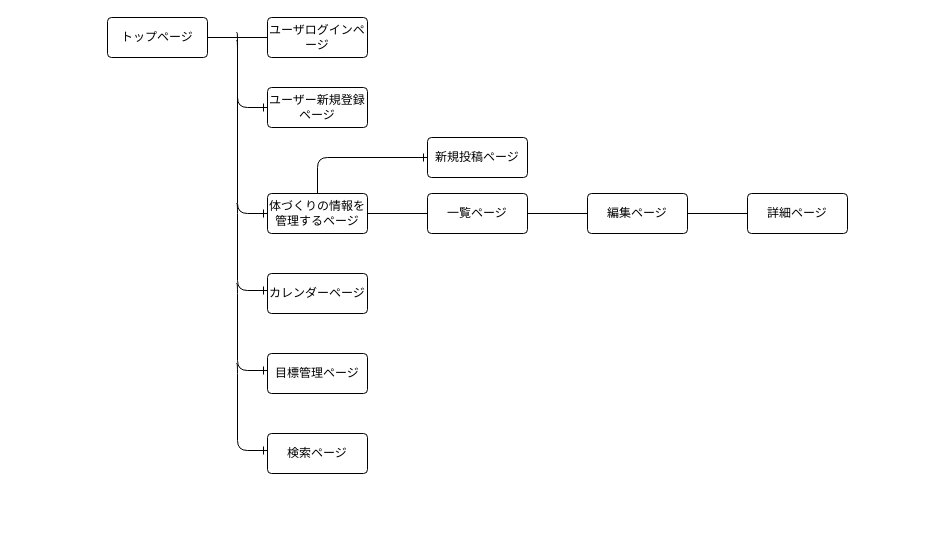
Katsu1001/will-fitness keeps this draw.io diagram as page "ページ3" (3 of 3) of will.dio. Above is the earlier version. Source tidied: cells renumbered, new cells numbered last; positions are measured from the earlier drawing's top-left corner, leaving out a move shared by most shapes. Both pictures are drawn from the tidied source at 100%, with x=0, y=0 at pixel (107, 17).
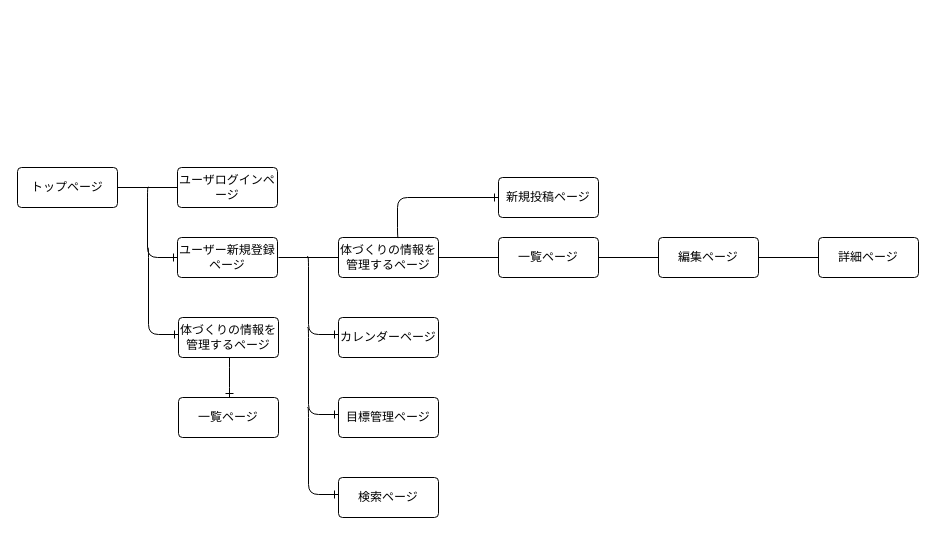
The same page after the edit.

The edit, as a diff of the source:
```diff
@@
+    <mxCell id="23" style="group;" parent="1" vertex="1">
+      <mxGeometry x="-90" y="150" width="901" height="350" as="geometry" />
+    </mxCell>
-    <mxCell id="2" value="トップページ" style="rounded=1;arcSize=10;whiteSpace=wrap;html=1;align=center;" parent="1" vertex="1">
+    <mxCell id="2" value="トップページ" style="rounded=1;arcSize=10;whiteSpace=wrap;html=1;align=center;" parent="23" vertex="1">
       <mxGeometry width="100" height="40" as="geometry" />
     </mxCell>
-    <mxCell id="3" style="line;strokeWidth=1;dashed=0;labelPosition=right;align=left;verticalAlign=middle;spacingTop=0;spacingLeft=6;points=[];portConstraint=eastwest;" parent="1" vertex="1">
+    <mxCell id="3" style="line;strokeWidth=1;dashed=0;labelPosition=right;align=left;verticalAlign=middle;spacingTop=0;spacingLeft=6;points=[];portConstraint=eastwest;" parent="23" vertex="1">
       <mxGeometry x="100" y="15" width="60" height="10" as="geometry" />
     </mxCell>
-    <mxCell id="4" value="体づくりの情報を管理するページ" style="rounded=1;arcSize=10;whiteSpace=wrap;html=1;align=center;" parent="1" vertex="1">
-      <mxGeometry x="160" y="176" width="100" height="40" as="geometry" />
+    <mxCell id="4" value="体づくりの情報を管理するページ" style="rounded=1;arcSize=10;whiteSpace=wrap;html=1;align=center;" parent="23" vertex="1">
+      <mxGeometry x="321" y="70" width="100" height="40" as="geometry" />
     </mxCell>
-    <mxCell id="5" value="一覧ページ" style="rounded=1;arcSize=10;whiteSpace=wrap;html=1;align=center;" parent="1" vertex="1">
-      <mxGeometry x="320" y="176" width="100" height="40" as="geometry" />
+    <mxCell id="5" value="一覧ページ" style="rounded=1;arcSize=10;whiteSpace=wrap;html=1;align=center;" parent="23" vertex="1">
+      <mxGeometry x="481" y="70" width="100" height="40" as="geometry" />
     </mxCell>
-    <mxCell id="6" value="詳細ページ" style="rounded=1;arcSize=10;whiteSpace=wrap;html=1;align=center;" parent="1" vertex="1">
-      <mxGeometry x="640" y="176" width="100" height="40" as="geometry" />
+    <mxCell id="6" value="詳細ページ" style="rounded=1;arcSize=10;whiteSpace=wrap;html=1;align=center;" parent="23" vertex="1">
+      <mxGeometry x="801" y="70" width="100" height="40" as="geometry" />
     </mxCell>
-    <mxCell id="7" value="新規投稿ページ" style="rounded=1;arcSize=10;whiteSpace=wrap;html=1;align=center;" parent="1" vertex="1">
-      <mxGeometry x="320" y="120" width="100" height="40" as="geometry" />
+    <mxCell id="7" value="新規投稿ページ" style="rounded=1;arcSize=10;whiteSpace=wrap;html=1;align=center;" parent="23" vertex="1">
+      <mxGeometry x="481" y="10" width="100" height="40" as="geometry" />
     </mxCell>
-    <mxCell id="8" value="編集ページ" style="rounded=1;arcSize=10;whiteSpace=wrap;html=1;align=center;" parent="1" vertex="1">
-      <mxGeometry x="480" y="176" width="100" height="40" as="geometry" />
+    <mxCell id="8" value="編集ページ" style="rounded=1;arcSize=10;whiteSpace=wrap;html=1;align=center;" parent="23" vertex="1">
+      <mxGeometry x="641" y="70" width="100" height="40" as="geometry" />
     </mxCell>
-    <mxCell id="9" value="カレンダーページ" style="rounded=1;arcSize=10;whiteSpace=wrap;html=1;align=center;" parent="1" vertex="1">
-      <mxGeometry x="160" y="256" width="100" height="40" as="geometry" />
+    <mxCell id="9" value="カレンダーページ" style="rounded=1;arcSize=10;whiteSpace=wrap;html=1;align=center;" parent="23" vertex="1">
+      <mxGeometry x="321" y="150" width="100" height="40" as="geometry" />
     </mxCell>
-    <mxCell id="10" value="目標管理ページ" style="rounded=1;arcSize=10;whiteSpace=wrap;html=1;align=center;" parent="1" vertex="1">
-      <mxGeometry x="160" y="336" width="100" height="40" as="geometry" />
+    <mxCell id="10" value="目標管理ページ" style="rounded=1;arcSize=10;whiteSpace=wrap;html=1;align=center;" parent="23" vertex="1">
+      <mxGeometry x="321" y="230" width="100" height="40" as="geometry" />
     </mxCell>
-    <mxCell id="11" value="検索ページ" style="rounded=1;arcSize=10;whiteSpace=wrap;html=1;align=center;" parent="1" vertex="1">
-      <mxGeometry x="160" y="416" width="100" height="40" as="geometry" />
+    <mxCell id="11" value="検索ページ" style="rounded=1;arcSize=10;whiteSpace=wrap;html=1;align=center;" parent="23" vertex="1">
+      <mxGeometry x="321" y="310" width="100" height="40" as="geometry" />
     </mxCell>
-    <mxCell id="12" style="line;strokeWidth=1;dashed=0;labelPosition=right;align=left;verticalAlign=middle;spacingTop=0;spacingLeft=6;" parent="1" vertex="1">
-      <mxGeometry x="260" y="191" width="60" height="10" as="geometry" />
+    <mxCell id="12" style="line;strokeWidth=1;dashed=0;labelPosition=right;align=left;verticalAlign=middle;spacingTop=0;spacingLeft=6;" parent="23" vertex="1">
+      <mxGeometry x="421" y="85" width="60" height="10" as="geometry" />
     </mxCell>
-    <mxCell id="13" style="line;strokeWidth=1;dashed=0;labelPosition=right;align=left;verticalAlign=middle;spacingTop=0;spacingLeft=6;" parent="1" vertex="1">
-      <mxGeometry x="420" y="191" width="60" height="10" as="geometry" />
+    <mxCell id="13" style="line;strokeWidth=1;dashed=0;labelPosition=right;align=left;verticalAlign=middle;spacingTop=0;spacingLeft=6;" parent="23" vertex="1">
+      <mxGeometry x="581" y="85" width="60" height="10" as="geometry" />
     </mxCell>
-    <mxCell id="14" style="line;strokeWidth=1;dashed=0;labelPosition=right;align=left;verticalAlign=middle;spacingTop=0;spacingLeft=6;" parent="1" vertex="1">
-      <mxGeometry x="580" y="191" width="60" height="10" as="geometry" />
+    <mxCell id="14" style="line;strokeWidth=1;dashed=0;labelPosition=right;align=left;verticalAlign=middle;spacingTop=0;spacingLeft=6;" parent="23" vertex="1">
+      <mxGeometry x="741" y="85" width="60" height="10" as="geometry" />
     </mxCell>
-    <mxCell id="15" style="edgeStyle=elbowEdgeStyle;fontSize=12;html=1;endArrow=ERone;endFill=1;exitX=0.483;exitY=0.8;exitDx=0;exitDy=0;exitPerimeter=0;entryX=0;entryY=0.5;entryDx=0;entryDy=0;" parent="1" edge="1" source="3" target="4">
-      <mxGeometry relative="1" as="geometry">
-        <Array as="points">
-          <mxPoint x="130" y="114" />
-          <mxPoint x="130" y="110" />
-        </Array>
-      </mxGeometry>
-    </mxCell>
-    <mxCell id="16" style="edgeStyle=elbowEdgeStyle;fontSize=12;html=1;endArrow=ERone;endFill=1;exitX=0.483;exitY=0.8;exitDx=0;exitDy=0;exitPerimeter=0;entryX=0;entryY=0.75;entryDx=0;entryDy=0;" parent="1" edge="1">
+    <mxCell id="16" style="edgeStyle=elbowEdgeStyle;fontSize=12;html=1;endArrow=ERone;endFill=1;exitX=0.477;exitY=0.405;exitDx=0;exitDy=0;exitPerimeter=0;entryX=0;entryY=0.75;entryDx=0;entryDy=0;" parent="23" edge="1" source="24">
       <mxGeometry relative="1" as="geometry">
-        <mxPoint x="129" y="186" as="sourcePoint" />
-        <mxPoint x="160" y="273" as="targetPoint" />
+        <mxPoint x="321" y="167" as="targetPoint" />
         <Array as="points">
-          <mxPoint x="130" y="273" />
+          <mxPoint x="291" y="167" />
         </Array>
       </mxGeometry>
     </mxCell>
-    <mxCell id="17" style="edgeStyle=elbowEdgeStyle;fontSize=12;html=1;endArrow=ERone;endFill=1;exitX=0.483;exitY=0.8;exitDx=0;exitDy=0;exitPerimeter=0;entryX=0;entryY=0.75;entryDx=0;entryDy=0;" parent="1" edge="1">
+    <mxCell id="17" style="edgeStyle=elbowEdgeStyle;fontSize=12;html=1;endArrow=ERone;endFill=1;exitX=0.483;exitY=0.8;exitDx=0;exitDy=0;exitPerimeter=0;entryX=0;entryY=0.75;entryDx=0;entryDy=0;" parent="23" edge="1">
       <mxGeometry relative="1" as="geometry">
-        <mxPoint x="129" y="266" as="sourcePoint" />
-        <mxPoint x="160" y="353" as="targetPoint" />
+        <mxPoint x="290" y="160" as="sourcePoint" />
+        <mxPoint x="321" y="247" as="targetPoint" />
         <Array as="points">
-          <mxPoint x="130" y="353" />
+          <mxPoint x="291" y="247" />
         </Array>
       </mxGeometry>
     </mxCell>
-    <mxCell id="18" style="edgeStyle=elbowEdgeStyle;fontSize=12;html=1;endArrow=ERone;endFill=1;entryX=0;entryY=0.5;entryDx=0;entryDy=0;" parent="1" edge="1" target="7">
+    <mxCell id="18" style="edgeStyle=elbowEdgeStyle;fontSize=12;html=1;endArrow=ERone;endFill=1;entryX=0;entryY=0.5;entryDx=0;entryDy=0;exitX=0.602;exitY=0.003;exitDx=0;exitDy=0;exitPerimeter=0;" parent="23" edge="1" source="4">
       <mxGeometry relative="1" as="geometry">
-        <mxPoint x="210" y="176" as="sourcePoint" />
+        <mxPoint x="481" y="30" as="targetPoint" />
         <Array as="points">
-          <mxPoint x="210" y="136" />
-          <mxPoint x="210" y="156" />
-          <mxPoint x="220" y="136" />
+          <mxPoint x="380" y="70" />
+          <mxPoint x="380" y="40" />
+          <mxPoint x="301" y="136" />
+          <mxPoint x="301" y="156" />
+          <mxPoint x="311" y="136" />
         </Array>
       </mxGeometry>
     </mxCell>
-    <mxCell id="19" style="edgeStyle=elbowEdgeStyle;fontSize=12;html=1;endArrow=ERone;endFill=1;exitX=0.483;exitY=0.8;exitDx=0;exitDy=0;exitPerimeter=0;entryX=0;entryY=0.75;entryDx=0;entryDy=0;" parent="1" edge="1">
+    <mxCell id="19" style="edgeStyle=elbowEdgeStyle;fontSize=12;html=1;endArrow=ERone;endFill=1;exitX=0.483;exitY=0.8;exitDx=0;exitDy=0;exitPerimeter=0;entryX=0;entryY=0.75;entryDx=0;entryDy=0;" parent="23" edge="1">
       <mxGeometry relative="1" as="geometry">
-        <mxPoint x="129" y="346" as="sourcePoint" />
-        <mxPoint x="160" y="433" as="targetPoint" />
+        <mxPoint x="290" y="240" as="sourcePoint" />
+        <mxPoint x="321" y="327" as="targetPoint" />
         <Array as="points">
-          <mxPoint x="130" y="433" />
+          <mxPoint x="291" y="327" />
         </Array>
       </mxGeometry>
     </mxCell>
-    <mxCell id="20" value="ユーザログインページ" style="rounded=1;arcSize=10;whiteSpace=wrap;html=1;align=center;" parent="1" vertex="1">
+    <mxCell id="20" value="ユーザログインページ" style="rounded=1;arcSize=10;whiteSpace=wrap;html=1;align=center;" parent="23" vertex="1">
       <mxGeometry x="160" width="100" height="40" as="geometry" />
     </mxCell>
-    <mxCell id="21" value="ユーザー新規登録ページ" style="rounded=1;arcSize=10;whiteSpace=wrap;html=1;align=center;" parent="1" vertex="1">
+    <mxCell id="21" value="ユーザー新規登録ページ" style="rounded=1;arcSize=10;whiteSpace=wrap;html=1;align=center;" parent="23" vertex="1">
       <mxGeometry x="160" y="70" width="100" height="40" as="geometry" />
     </mxCell>
-    <mxCell id="22" style="edgeStyle=elbowEdgeStyle;fontSize=12;html=1;endArrow=ERone;endFill=1;exitX=0.483;exitY=0.8;exitDx=0;exitDy=0;exitPerimeter=0;" parent="1" edge="1">
+    <mxCell id="22" style="edgeStyle=elbowEdgeStyle;fontSize=12;html=1;endArrow=ERone;endFill=1;exitX=0.52;exitY=0.458;exitDx=0;exitDy=0;exitPerimeter=0;" parent="23" edge="1" source="3">
       <mxGeometry relative="1" as="geometry">
-        <mxPoint x="129" y="15" as="sourcePoint" />
         <mxPoint x="160" y="90" as="targetPoint" />
         <Array as="points">
           <mxPoint x="130" y="102" />
         </Array>
       </mxGeometry>
     </mxCell>
+    <mxCell id="24" style="line;strokeWidth=1;dashed=0;labelPosition=right;align=left;verticalAlign=middle;spacingTop=0;spacingLeft=6;points=[];portConstraint=eastwest;" parent="23" vertex="1">
+      <mxGeometry x="261" y="85" width="60" height="10" as="geometry" />
+    </mxCell>
+    <mxCell id="25" style="edgeStyle=elbowEdgeStyle;fontSize=12;html=1;endArrow=ERone;endFill=1;exitX=0.483;exitY=0.8;exitDx=0;exitDy=0;exitPerimeter=0;entryX=0;entryY=0.75;entryDx=0;entryDy=0;" parent="23" edge="1">
+      <mxGeometry relative="1" as="geometry">
+        <mxPoint x="130" y="80" as="sourcePoint" />
+        <mxPoint x="161" y="167" as="targetPoint" />
+        <Array as="points">
+          <mxPoint x="131" y="167" />
+        </Array>
+      </mxGeometry>
+    </mxCell>
+    <mxCell id="26" value="体づくりの情報を管理するページ" style="rounded=1;arcSize=10;whiteSpace=wrap;html=1;align=center;" parent="23" vertex="1">
+      <mxGeometry x="161" y="150" width="100" height="40" as="geometry" />
+    </mxCell>
+    <mxCell id="27" value="一覧ページ" style="rounded=1;arcSize=10;whiteSpace=wrap;html=1;align=center;" parent="23" vertex="1">
+      <mxGeometry x="161" y="230" width="100" height="40" as="geometry" />
+    </mxCell>
+    <mxCell id="28" style="edgeStyle=elbowEdgeStyle;fontSize=12;html=1;endArrow=ERone;endFill=1;entryX=0.5;entryY=0;entryDx=0;entryDy=0;exitX=0.5;exitY=1;exitDx=0;exitDy=0;" parent="23" edge="1">
+      <mxGeometry relative="1" as="geometry">
+        <mxPoint x="212" y="190" as="sourcePoint" />
+        <mxPoint x="212" y="230" as="targetPoint" />
+        <Array as="points">
+          <mxPoint x="212" y="210" />
+        </Array>
+      </mxGeometry>
+    </mxCell>
```
